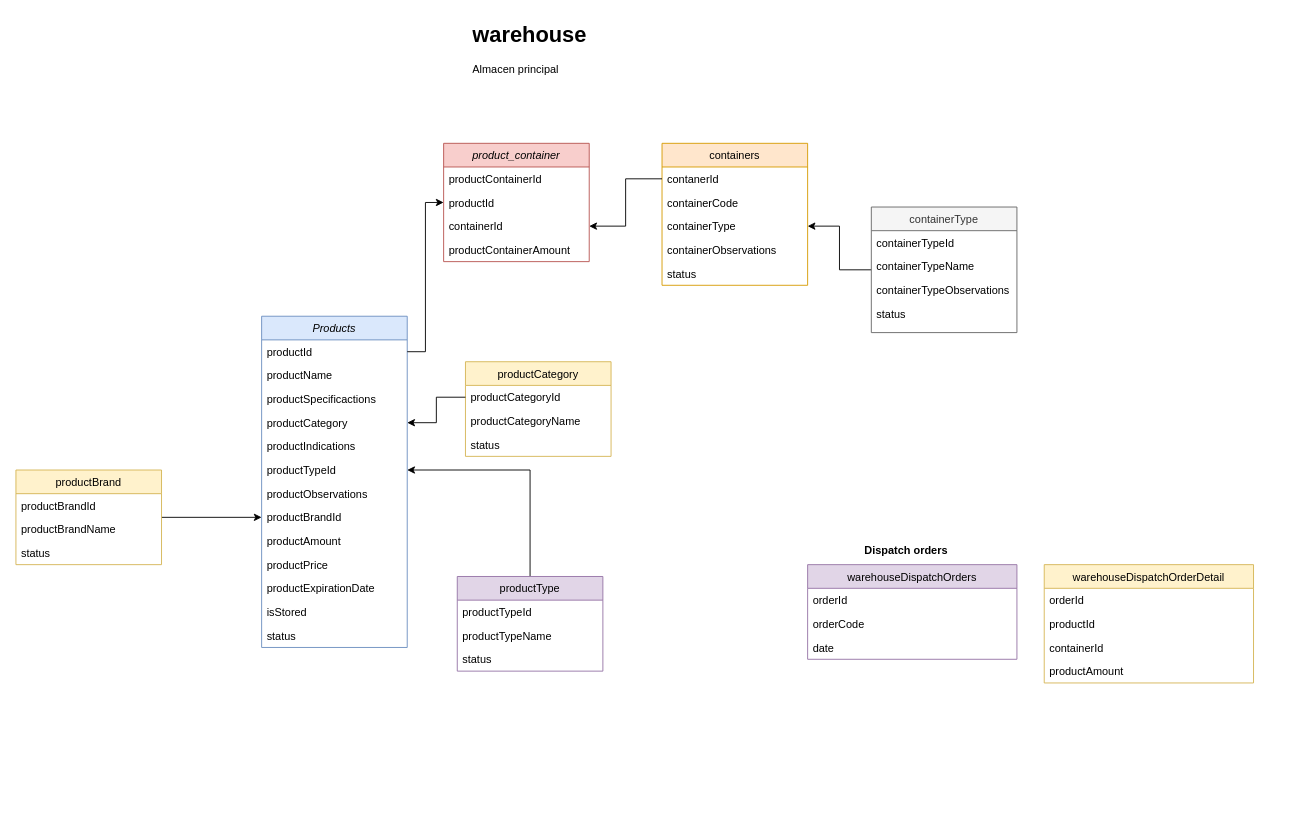
Above: pharmacy.drawio in CarlosMayo1/pharmacy (draw.io), before the change. Source tidied: cells renumbered, new cells numbered last; positions are measured from the earlier drawing's top-left corner, leaving out a move shared by most shapes. Both pictures are drawn from the tidied source at 91%, with x=0, y=0 at pixel (15, 15).
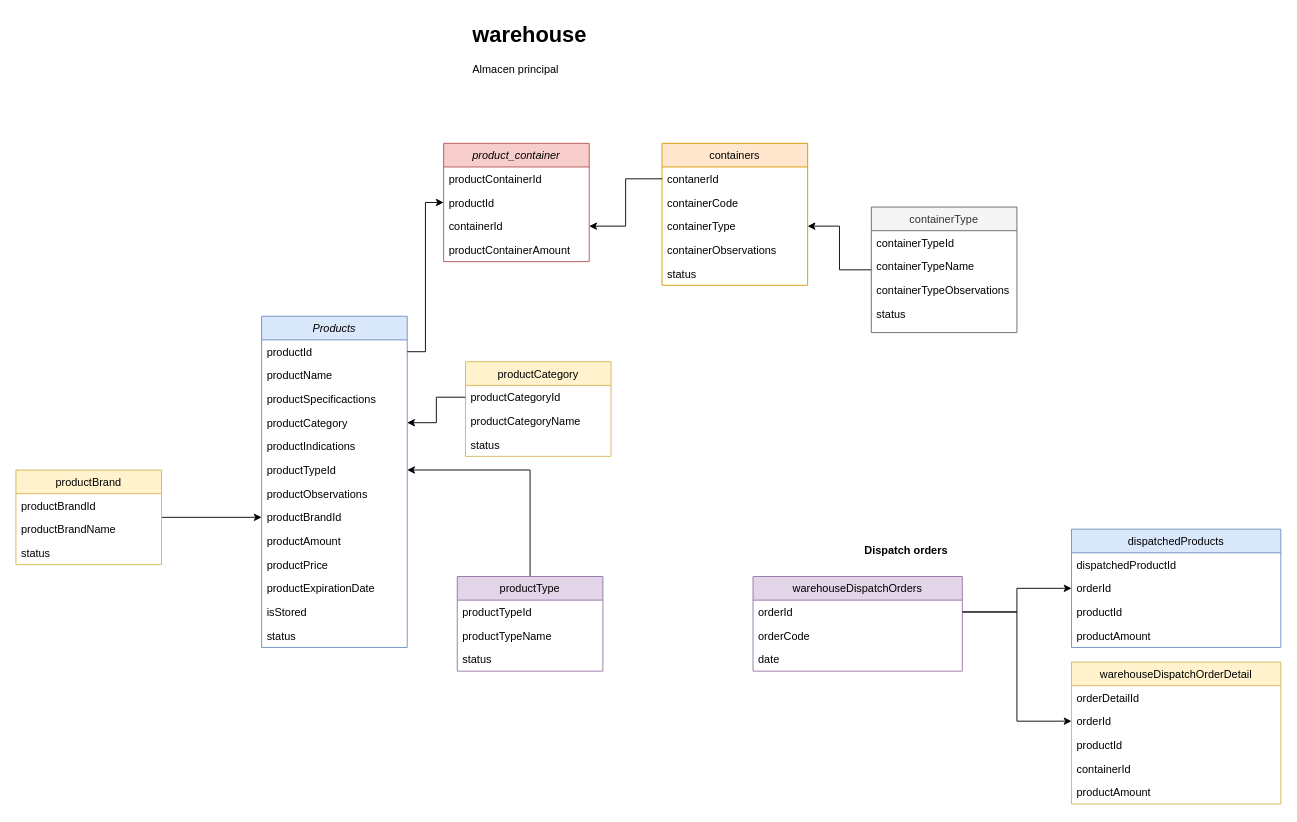
The same diagram, later.

The change refers to these unchanged cells:
```xml
<mxCell id="52" value="orderId" style="text;align=left;verticalAlign=top;spacingLeft=4;spacingRight=4;overflow=hidden;points=[[0,0.5],[1,0.5]];portConstraint=eastwest;" parent="51" vertex="1">
  <mxGeometry y="26" width="230" height="26" as="geometry" />
</mxCell>
```

Diff of the diagram source:
```diff
@@
     <mxCell id="51" value="warehouseDispatchOrders" style="swimlane;fontStyle=0;align=center;verticalAlign=top;horizontal=1;startSize=26;rounded=0;shadow=0;strokeWidth=1;fillColor=#e1d5e7;strokeColor=#9673a6;" parent="1" vertex="1">
-      <mxGeometry x="870" y="603" width="230" height="104" as="geometry" />
+      <mxGeometry x="810" y="616" width="230" height="104" as="geometry" />
     </mxCell>
@@
     <mxCell id="56" value="warehouseDispatchOrderDetail" style="swimlane;fontStyle=0;align=center;verticalAlign=top;horizontal=1;startSize=26;rounded=0;shadow=0;strokeWidth=1;fillColor=#fff2cc;strokeColor=#d6b656;" parent="1" vertex="1">
-      <mxGeometry x="1130" y="603" width="230" height="130" as="geometry" />
+      <mxGeometry x="1160" y="710" width="230" height="156" as="geometry" />
     </mxCell>
-    <mxCell id="57" value="orderId" style="text;align=left;verticalAlign=top;spacingLeft=4;spacingRight=4;overflow=hidden;" parent="56" vertex="1">
+    <mxCell id="57" value="orderDetailId" style="text;align=left;verticalAlign=top;spacingLeft=4;spacingRight=4;overflow=hidden;" parent="56" vertex="1">
       <mxGeometry y="26" width="230" height="26" as="geometry" />
     </mxCell>
+    <mxCell id="61" value="orderId" style="text;align=left;verticalAlign=top;spacingLeft=4;spacingRight=4;overflow=hidden;points=[[0,0.5],[1,0.5]];portConstraint=eastwest;" parent="56" vertex="1">
+      <mxGeometry y="52" width="230" height="26" as="geometry" />
+    </mxCell>
     <mxCell id="58" value="productId" style="text;align=left;verticalAlign=top;spacingLeft=4;spacingRight=4;overflow=hidden;" parent="56" vertex="1">
-      <mxGeometry y="52" width="230" height="26" as="geometry" />
+      <mxGeometry y="78" width="230" height="26" as="geometry" />
     </mxCell>
     <mxCell id="59" value="containerId" style="text;align=left;verticalAlign=top;spacingLeft=4;spacingRight=4;overflow=hidden;" parent="56" vertex="1">
-      <mxGeometry y="78" width="230" height="26" as="geometry" />
+      <mxGeometry y="104" width="230" height="26" as="geometry" />
     </mxCell>
     <mxCell id="60" value="productAmount" style="text;align=left;verticalAlign=top;spacingLeft=4;spacingRight=4;overflow=hidden;" parent="56" vertex="1">
-      <mxGeometry y="104" width="230" height="26" as="geometry" />
+      <mxGeometry y="130" width="230" height="26" as="geometry" />
     </mxCell>
+    <mxCell id="62" value="dispatchedProducts" style="swimlane;fontStyle=0;align=center;verticalAlign=top;horizontal=1;startSize=26;rounded=0;shadow=0;strokeWidth=1;fillColor=#dae8fc;strokeColor=#6c8ebf;" parent="1" vertex="1">
+      <mxGeometry x="1160" y="564" width="230" height="130" as="geometry" />
+    </mxCell>
+    <mxCell id="63" value="dispatchedProductId" style="text;align=left;verticalAlign=top;spacingLeft=4;spacingRight=4;overflow=hidden;" parent="62" vertex="1">
+      <mxGeometry y="26" width="230" height="26" as="geometry" />
+    </mxCell>
+    <mxCell id="64" value="orderId" style="text;align=left;verticalAlign=top;spacingLeft=4;spacingRight=4;overflow=hidden;points=[[0,0.5],[1,0.5]];portConstraint=eastwest;" parent="62" vertex="1">
+      <mxGeometry y="52" width="230" height="26" as="geometry" />
+    </mxCell>
+    <mxCell id="65" value="productId" style="text;align=left;verticalAlign=top;spacingLeft=4;spacingRight=4;overflow=hidden;" parent="62" vertex="1">
+      <mxGeometry y="78" width="230" height="26" as="geometry" />
+    </mxCell>
+    <mxCell id="66" value="productAmount" style="text;align=left;verticalAlign=top;spacingLeft=4;spacingRight=4;overflow=hidden;" parent="62" vertex="1">
+      <mxGeometry y="104" width="230" height="26" as="geometry" />
+    </mxCell>
+    <mxCell id="67" style="edgeStyle=orthogonalEdgeStyle;rounded=0;jettySize=auto;html=1;" parent="1" edge="1" source="52" target="64">
+      <mxGeometry relative="1" as="geometry" />
+    </mxCell>
+    <mxCell id="68" style="edgeStyle=orthogonalEdgeStyle;rounded=0;jettySize=auto;html=1;" parent="1" edge="1" source="52" target="61">
+      <mxGeometry relative="1" as="geometry" />
+    </mxCell>
```
